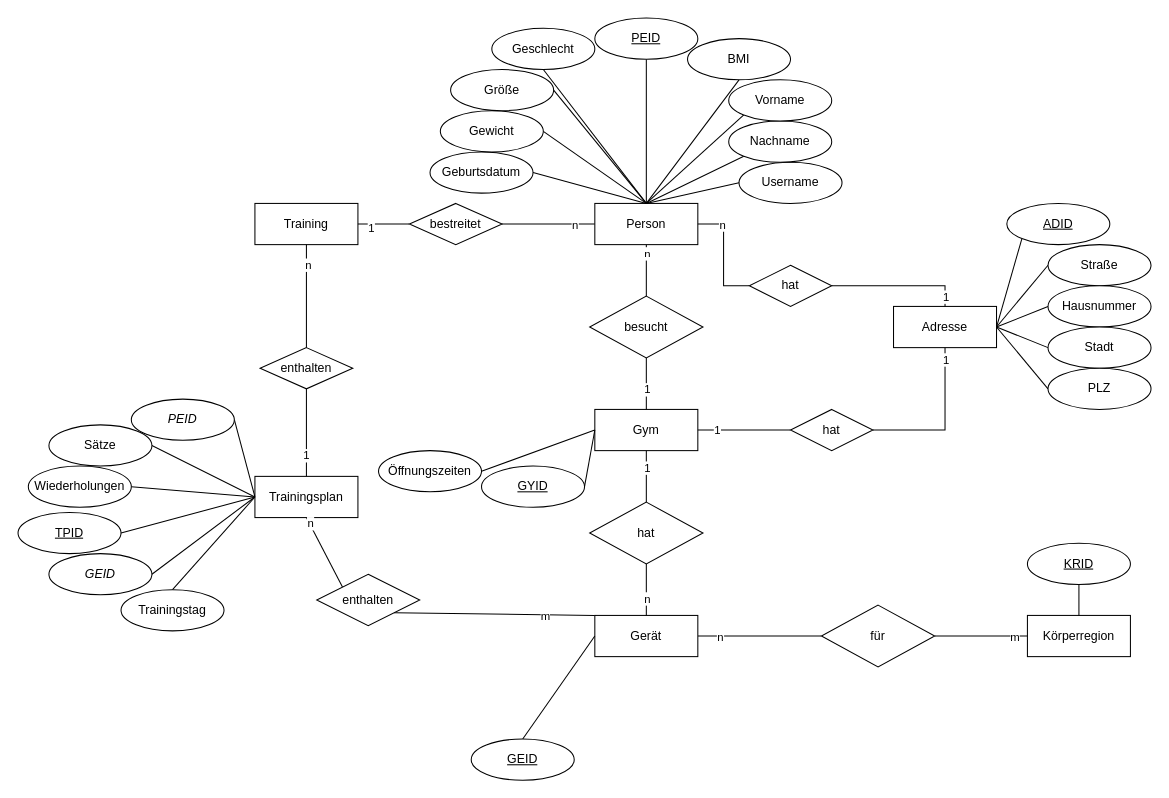
Earlier version of the draw.io diagram Diagramme/ERDiagramm_InfinityApp.drawio (jonnef/InfinityApp). Source tidied: cells renumbered, new cells numbered last; positions are measured from the earlier drawing's top-left corner, leaving out a move shared by most shapes. Both pictures are drawn from the tidied source at 103%, with x=0, y=0 at pixel (18, 18).
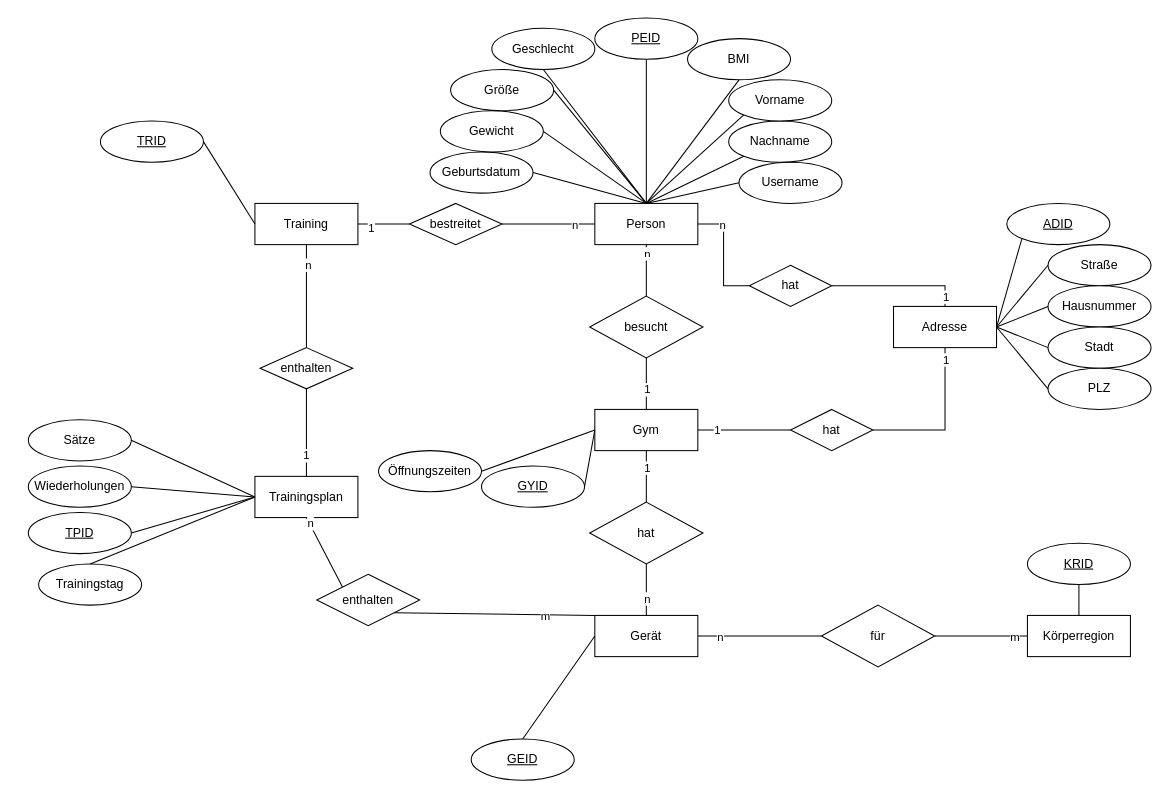
The same diagram, later.

Commit message:
edited drawio picture: deleted foreign keys Trainingsplan, added id into Training

Unchanged cells that the change refers to:
```xml
<mxCell id="70" value="Trainingsplan" style="whiteSpace=wrap;html=1;align=center;" parent="1" vertex="1">
  <mxGeometry x="230" y="445" width="100" height="40" as="geometry" />
</mxCell>
<mxCell id="88" value="Training" style="whiteSpace=wrap;html=1;align=center;" parent="1" vertex="1">
  <mxGeometry x="230" y="180" width="100" height="40" as="geometry" />
</mxCell>
```

Diff of the diagram source:
```diff
@@
     <mxCell id="77" value="Sätze" style="ellipse;whiteSpace=wrap;html=1;align=center;" parent="1" vertex="1">
-      <mxGeometry x="30" y="395" width="100" height="40" as="geometry" />
+      <mxGeometry x="10" y="390" width="100" height="40" as="geometry" />
     </mxCell>
@@
     <mxCell id="81" value="TPID" style="ellipse;whiteSpace=wrap;html=1;align=center;fontStyle=4;" parent="1" vertex="1">
-      <mxGeometry y="480" width="100" height="40" as="geometry" />
+      <mxGeometry x="10" y="480" width="100" height="40" as="geometry" />
     </mxCell>
-    <mxCell id="82" style="edgeStyle=none;rounded=0;jettySize=auto;html=1;exitX=1;exitY=0.5;exitDx=0;exitDy=0;entryX=0;entryY=0.5;entryDx=0;entryDy=0;endArrow=none;endFill=0;" parent="1" edge="1" source="83" target="70">
-      <mxGeometry relative="1" as="geometry" />
-    </mxCell>
-    <mxCell id="83" value="&lt;i&gt;GEID&lt;/i&gt;" style="ellipse;whiteSpace=wrap;html=1;align=center;" parent="1" vertex="1">
-      <mxGeometry x="30" y="520" width="100" height="40" as="geometry" />
-    </mxCell>
-    <mxCell id="84" style="edgeStyle=none;rounded=0;jettySize=auto;html=1;exitX=1;exitY=0.5;exitDx=0;exitDy=0;entryX=0;entryY=0.5;entryDx=0;entryDy=0;endArrow=none;endFill=0;" parent="1" edge="1" source="85" target="70">
-      <mxGeometry relative="1" as="geometry" />
-    </mxCell>
-    <mxCell id="85" value="&lt;i&gt;PEID&lt;/i&gt;" style="ellipse;whiteSpace=wrap;html=1;align=center;" parent="1" vertex="1">
-      <mxGeometry x="110" y="370" width="100" height="40" as="geometry" />
-    </mxCell>
@@
     <mxCell id="87" value="Trainingstag" style="ellipse;whiteSpace=wrap;html=1;align=center;" parent="1" vertex="1">
-      <mxGeometry x="100" y="555" width="100" height="40" as="geometry" />
+      <mxGeometry x="20" y="530" width="100" height="40" as="geometry" />
     </mxCell>
@@
+    <mxCell id="97" style="edgeStyle=none;html=1;exitX=1;exitY=0.5;exitDx=0;exitDy=0;entryX=0;entryY=0.5;entryDx=0;entryDy=0;endArrow=none;endFill=0;" parent="1" edge="1" source="98" target="88">
+      <mxGeometry relative="1" as="geometry" />
+    </mxCell>
+    <mxCell id="98" value="TRID" style="ellipse;whiteSpace=wrap;html=1;align=center;fontStyle=4;" parent="1" vertex="1">
+      <mxGeometry x="80" y="100" width="100" height="40" as="geometry" />
+    </mxCell>
```
